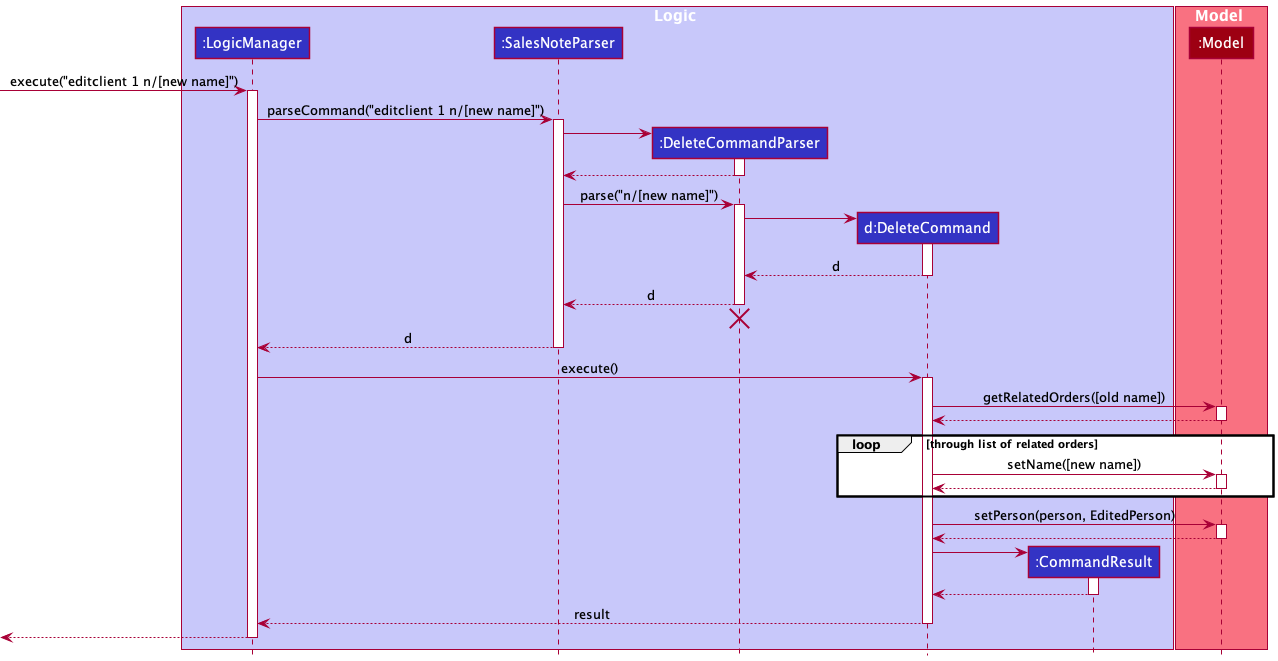
The PlantUML diagram docs/images/EditSequenceDiagram.png in nus-cs2103-AY2122S1/tp, before a commit.
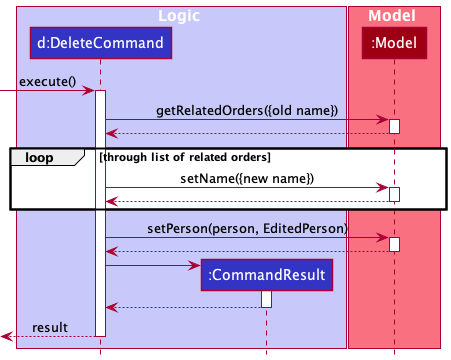
After the commit.

What changed in the source:
```diff
@@ -2,9 +2,6 @@
 !include style.puml
 
 box Logic LOGIC_COLOR_T1
-participant ":LogicManager" as LogicManager LOGIC_COLOR
-participant ":SalesNoteParser" as SalesNoteParser LOGIC_COLOR
-participant ":DeleteCommandParser" as DeleteCommandParser LOGIC_COLOR
 participant "d:DeleteCommand" as DeleteCommand LOGIC_COLOR
 participant ":CommandResult" as CommandResult LOGIC_COLOR
 end box
@@ -13,48 +10,17 @@
 participant ":Model" as Model MODEL_COLOR
 end box
 
-[-> LogicManager : execute("editclient 1 n/[new name]")
-activate LogicManager
-
-LogicManager -> SalesNoteParser : parseCommand("editclient 1 n/[new name]")
-activate SalesNoteParser
-
-create DeleteCommandParser
-SalesNoteParser -> DeleteCommandParser
-activate DeleteCommandParser
-
-DeleteCommandParser --> SalesNoteParser
-deactivate DeleteCommandParser
-
-SalesNoteParser -> DeleteCommandParser : parse("n/[new name]")
-activate DeleteCommandParser
-
-create DeleteCommand
-DeleteCommandParser -> DeleteCommand
+[-> DeleteCommand : execute()
 activate DeleteCommand
 
-DeleteCommand --> DeleteCommandParser : d
-deactivate DeleteCommand
-
-DeleteCommandParser --> SalesNoteParser : d
-deactivate DeleteCommandParser
-DeleteCommandParser -[hidden]-> SalesNoteParser
-destroy DeleteCommandParser
-
-SalesNoteParser --> LogicManager : d
-deactivate SalesNoteParser
-
-LogicManager -> DeleteCommand : execute()
-activate DeleteCommand
-
-DeleteCommand -> Model : getRelatedOrders([old name])
+DeleteCommand -> Model : getRelatedOrders({old name})
 activate Model
 
 Model --> DeleteCommand
 deactivate Model
 
 loop through list of related orders
-    DeleteCommand -> Model: setName([new name])
+    DeleteCommand -> Model: setName({new name})
     activate Model
 
     Model --> DeleteCommand:
@@ -74,9 +40,7 @@
 CommandResult --> DeleteCommand
 deactivate CommandResult
 
-DeleteCommand --> LogicManager : result
+
+[<--DeleteCommand : result
 deactivate DeleteCommand
-
-[<--LogicManager
-deactivate LogicManager
 @enduml
```
